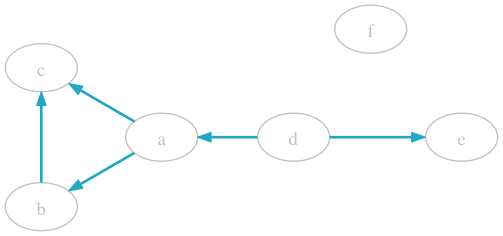
sdboyer/gogl keeps this Graphviz diagram as doc/ee.dot.png. Above is the earlier version. Its source is kept beside it as doc/ee.dot. Its diagram source:
```dot
digraph G {
  node [color="grey",fontcolor="grey"]
  edge [style=bold,color="grey"]
	a -> b [color="#23A7C0"];
  b -> c [color="#23A7C0"];
	a -> c [color="#23A7C0"];
	d -> a [color="#23A7C0"];
	d -> e [color="#23A7C0"];
  f;
}
```
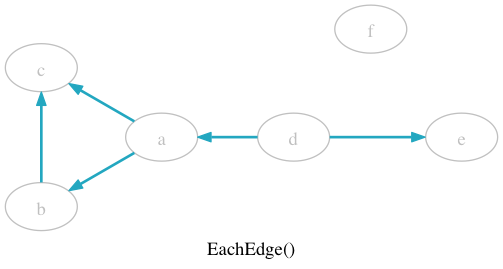
Above is the later version.

The edit, as a diff of the source:
```diff
@@ -7,4 +7,5 @@
 	d -> a [color="#23A7C0"];
 	d -> e [color="#23A7C0"];
   f;
+  label="EachEdge()"
 }
```
